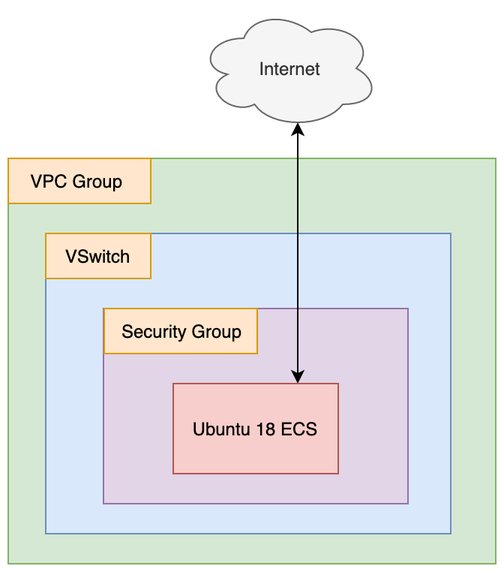
The draw.io diagram aws/speed-test/diagrams/ubuntu_speed_test.png in claytonbrown/terraformExamples, before a commit. Source tidied: cells renumbered, new cells last; positions are measured from the earlier drawing's top-left corner, leaving out a move shared by most shapes. The source it was exported from:
```xml
<mxGraphModel>
  <root>
    <mxCell id="0" />
    <mxCell id="1" parent="0" />
    <mxCell id="2" style="rounded=0;whiteSpace=wrap;html=1;fillColor=#d5e8d4;strokeColor=#82b366;" parent="1" vertex="1">
      <mxGeometry y="100" width="325" height="270" as="geometry" />
    </mxCell>
    <mxCell id="3" value="VPC Group&amp;nbsp;" style="rounded=0;whiteSpace=wrap;html=1;fillColor=#ffe6cc;strokeColor=#d79b00;" parent="1" vertex="1">
      <mxGeometry y="100" width="95" height="30" as="geometry" />
    </mxCell>
    <mxCell id="4" style="rounded=0;whiteSpace=wrap;html=1;fillColor=#dae8fc;strokeColor=#6c8ebf;" parent="1" vertex="1">
      <mxGeometry x="25" y="150" width="270" height="200" as="geometry" />
    </mxCell>
    <mxCell id="5" style="rounded=0;whiteSpace=wrap;html=1;fillColor=#e1d5e7;strokeColor=#9673a6;" parent="1" vertex="1">
      <mxGeometry x="63.5" y="200" width="203" height="130" as="geometry" />
    </mxCell>
    <mxCell id="6" style="edgeStyle=orthogonalEdgeStyle;rounded=0;jettySize=auto;html=1;exitX=0.75;exitY=0;exitDx=0;exitDy=0;entryX=0.55;entryY=0.95;entryDx=0;entryDy=0;entryPerimeter=0;startArrow=classic;startFill=1;" parent="1" edge="1" source="7" target="10">
      <mxGeometry relative="1" as="geometry" />
    </mxCell>
    <mxCell id="7" value="Ubuntu 18 ECS" style="rounded=0;whiteSpace=wrap;html=1;fillColor=#f8cecc;strokeColor=#b85450;" parent="1" vertex="1">
      <mxGeometry x="110" y="250" width="110" height="60" as="geometry" />
    </mxCell>
    <mxCell id="8" value="Security Group" style="rounded=0;whiteSpace=wrap;html=1;fillColor=#ffe6cc;strokeColor=#d79b00;" parent="1" vertex="1">
      <mxGeometry x="64" y="200" width="102" height="30" as="geometry" />
    </mxCell>
    <mxCell id="9" value="VSwitch" style="rounded=0;whiteSpace=wrap;html=1;fillColor=#ffe6cc;strokeColor=#d79b00;" parent="1" vertex="1">
      <mxGeometry x="25" y="150" width="70" height="30" as="geometry" />
    </mxCell>
    <mxCell id="10" value="Internet" style="ellipse;shape=cloud;whiteSpace=wrap;html=1;fillColor=#f5f5f5;strokeColor=#666666;fontColor=#333333;" parent="1" vertex="1">
      <mxGeometry x="127" width="120" height="80" as="geometry" />
    </mxCell>
  </root>
</mxGraphModel>
```
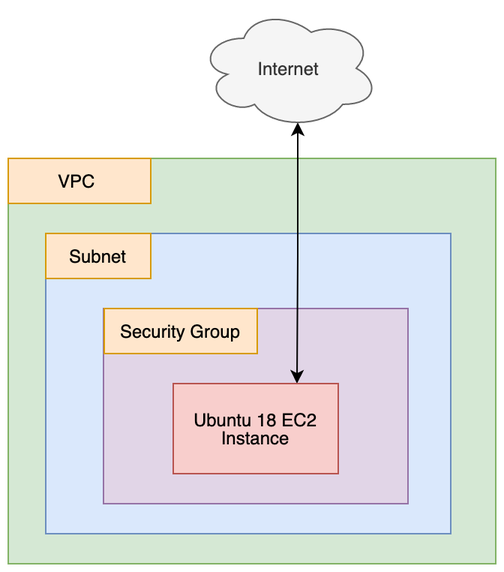
The same file after the commit.

Commit message:
Updated diagrams for aws/speed-test

What changed in the source:
```diff
@@ -5,7 +5,7 @@
     <mxCell id="2" style="rounded=0;whiteSpace=wrap;html=1;fillColor=#d5e8d4;strokeColor=#82b366;" parent="1" vertex="1">
       <mxGeometry y="100" width="325" height="270" as="geometry" />
     </mxCell>
-    <mxCell id="3" value="VPC Group&amp;nbsp;" style="rounded=0;whiteSpace=wrap;html=1;fillColor=#ffe6cc;strokeColor=#d79b00;" parent="1" vertex="1">
+    <mxCell id="3" value="VPC&amp;nbsp;" style="rounded=0;whiteSpace=wrap;html=1;fillColor=#ffe6cc;strokeColor=#d79b00;" parent="1" vertex="1">
       <mxGeometry y="100" width="95" height="30" as="geometry" />
     </mxCell>
     <mxCell id="4" style="rounded=0;whiteSpace=wrap;html=1;fillColor=#dae8fc;strokeColor=#6c8ebf;" parent="1" vertex="1">
@@ -17,13 +17,13 @@
     <mxCell id="6" style="edgeStyle=orthogonalEdgeStyle;rounded=0;jettySize=auto;html=1;exitX=0.75;exitY=0;exitDx=0;exitDy=0;entryX=0.55;entryY=0.95;entryDx=0;entryDy=0;entryPerimeter=0;startArrow=classic;startFill=1;" parent="1" edge="1" source="7" target="10">
       <mxGeometry relative="1" as="geometry" />
     </mxCell>
-    <mxCell id="7" value="Ubuntu 18 ECS" style="rounded=0;whiteSpace=wrap;html=1;fillColor=#f8cecc;strokeColor=#b85450;" parent="1" vertex="1">
+    <mxCell id="7" value="Ubuntu 18 EC2 Instance" style="rounded=0;whiteSpace=wrap;html=1;fillColor=#f8cecc;strokeColor=#b85450;" parent="1" vertex="1">
       <mxGeometry x="110" y="250" width="110" height="60" as="geometry" />
     </mxCell>
     <mxCell id="8" value="Security Group" style="rounded=0;whiteSpace=wrap;html=1;fillColor=#ffe6cc;strokeColor=#d79b00;" parent="1" vertex="1">
       <mxGeometry x="64" y="200" width="102" height="30" as="geometry" />
     </mxCell>
-    <mxCell id="9" value="VSwitch" style="rounded=0;whiteSpace=wrap;html=1;fillColor=#ffe6cc;strokeColor=#d79b00;" parent="1" vertex="1">
+    <mxCell id="9" value="Subnet" style="rounded=0;whiteSpace=wrap;html=1;fillColor=#ffe6cc;strokeColor=#d79b00;" parent="1" vertex="1">
       <mxGeometry x="25" y="150" width="70" height="30" as="geometry" />
     </mxCell>
     <mxCell id="10" value="Internet" style="ellipse;shape=cloud;whiteSpace=wrap;html=1;fillColor=#f5f5f5;strokeColor=#666666;fontColor=#333333;" parent="1" vertex="1">
```
